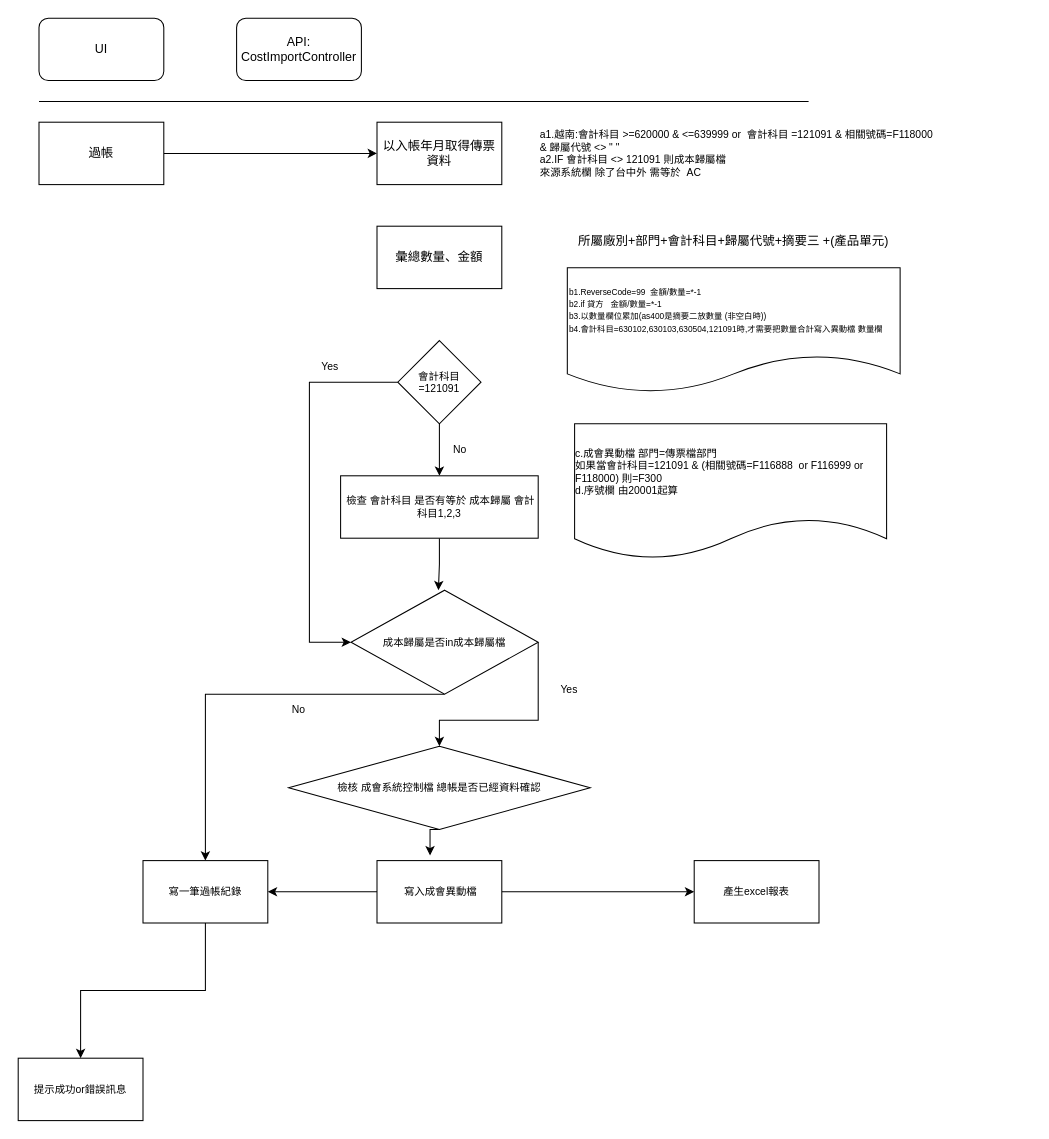
Earlier version of the draw.io diagram 總帳過入成會流程圖.drawio (Ivychenyh/diagrams). Source tidied: cells renumbered, new cells numbered last; positions are measured from the earlier drawing's top-left corner, leaving out a move shared by most shapes. Both pictures are drawn from the tidied source at 104%, with x=0, y=0 at pixel (18, 18).
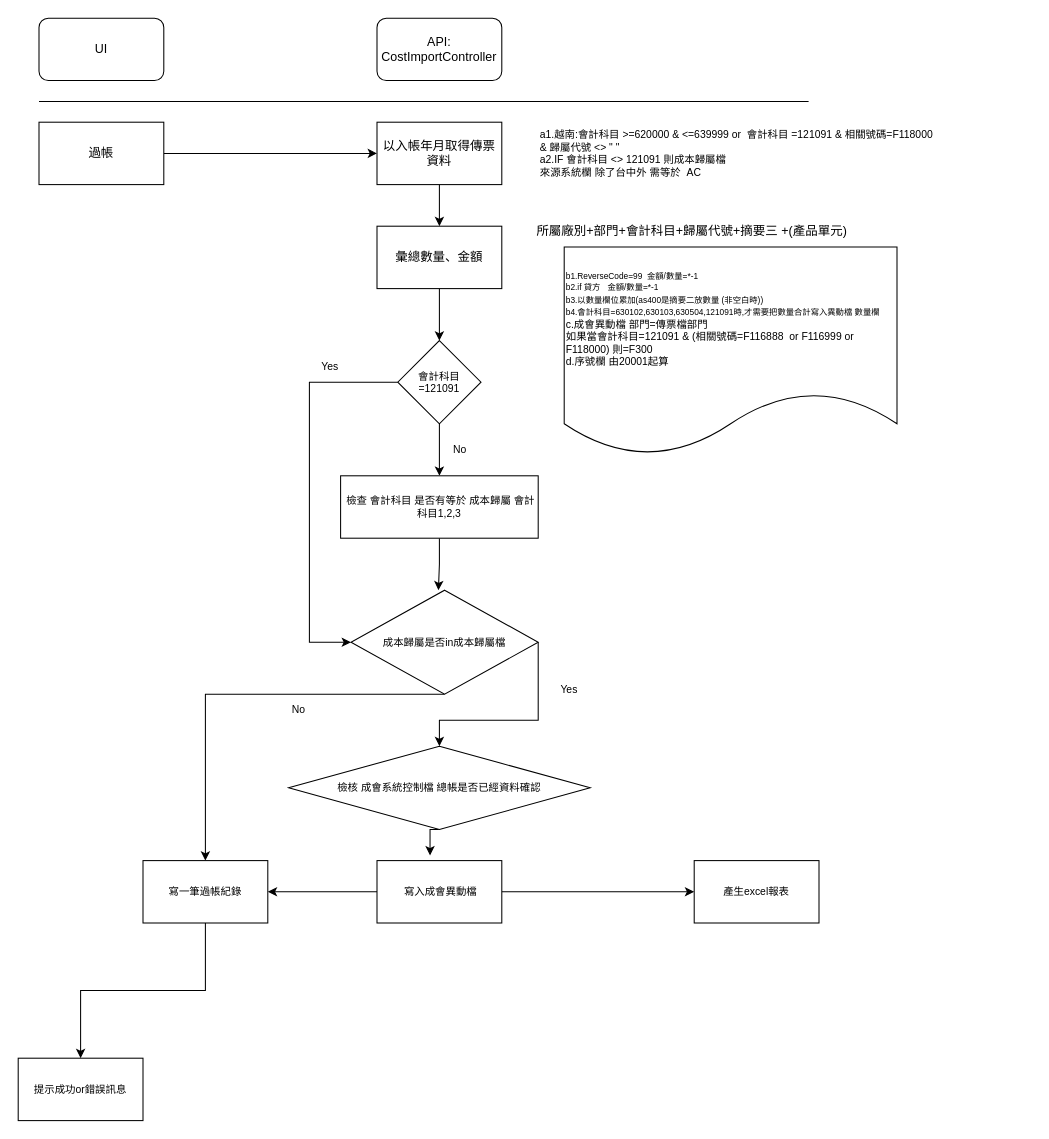
The same page after the edit.

Commit message:
更新總帳過入成會流程圖.drawio

The change refers to these unchanged cells:
```xml
<mxCell id="7" value="以入帳年月取得傳票資料" style="rounded=0;whiteSpace=wrap;html=1;" parent="1" vertex="1">
  <mxGeometry x="345" y="100" width="120" height="60" as="geometry" />
</mxCell>
<mxCell id="9" value="彙總數量、金額" style="rounded=0;whiteSpace=wrap;html=1;" parent="1" vertex="1">
  <mxGeometry x="345" y="200" width="120" height="60" as="geometry" />
</mxCell>
<mxCell id="13" value="&lt;span style=&quot;font-size: 10px;&quot;&gt;會計科目 =121091&lt;/span&gt;" style="rhombus;whiteSpace=wrap;html=1;fontSize=10;" parent="1" vertex="1">
  <mxGeometry x="365" y="310" width="80" height="80" as="geometry" />
</mxCell>
```

What changed in the source:
```diff
@@
     <mxCell id="5" value="API:&lt;br&gt;CostImportController" style="rounded=1;whiteSpace=wrap;html=1;" parent="1" vertex="1">
-      <mxGeometry x="210" width="120" height="60" as="geometry" />
+      <mxGeometry x="345" width="120" height="60" as="geometry" />
     </mxCell>
@@
+    <mxCell id="34" style="edgeStyle=orthogonalEdgeStyle;rounded=0;jettySize=auto;html=1;exitX=0.5;exitY=1;exitDx=0;exitDy=0;entryX=0.5;entryY=0;entryDx=0;entryDy=0;fontSize=10;" parent="1" edge="1" source="7" target="9">
+      <mxGeometry relative="1" as="geometry" />
+    </mxCell>
@@
+    <mxCell id="35" style="edgeStyle=orthogonalEdgeStyle;rounded=0;jettySize=auto;html=1;exitX=0.5;exitY=1;exitDx=0;exitDy=0;entryX=0.5;entryY=0;entryDx=0;entryDy=0;fontSize=10;" parent="1" edge="1" source="9" target="13">
+      <mxGeometry relative="1" as="geometry" />
+    </mxCell>
@@
     <mxCell id="10" value="&lt;span style=&quot;font-family:&amp;quot;Microsoft JhengHei&amp;quot;&quot;&gt;所屬廠別&lt;/span&gt;&lt;span style=&quot;font-family:&lt;br/&gt;Calibri&quot;&gt;+&lt;/span&gt;&lt;span style=&quot;font-family:&amp;quot;Microsoft JhengHei&amp;quot;&quot;&gt;部門&lt;/span&gt;&lt;span style=&quot;font-family:Calibri&quot;&gt;+&lt;/span&gt;&lt;span style=&quot;font-family:&amp;quot;Microsoft JhengHei&amp;quot;&quot;&gt;會計科目&lt;/span&gt;&lt;span style=&quot;font-family:Calibri&quot;&gt;+&lt;/span&gt;&lt;span style=&quot;font-family:&amp;quot;Microsoft JhengHei&amp;quot;&quot;&gt;歸屬代號&lt;/span&gt;&lt;span style=&quot;font-family:Calibri&quot;&gt;+&lt;/span&gt;&lt;span style=&quot;font-family:&amp;quot;Microsoft JhengHei&amp;quot;&quot;&gt;摘要三&lt;/span&gt;&lt;span style=&quot;font-family:Calibri&quot;&gt; +(&lt;/span&gt;&lt;span style=&quot;font-family:&amp;quot;Microsoft JhengHei&amp;quot;&quot;&gt;產品單元&lt;/span&gt;&lt;span style=&quot;font-family:Calibri&quot;&gt;)&lt;/span&gt;" style="text;html=1;strokeColor=none;fillColor=none;align=center;verticalAlign=middle;whiteSpace=wrap;rounded=0;" parent="1" vertex="1">
-      <mxGeometry x="495" y="200" width="386" height="30" as="geometry" />
+      <mxGeometry x="455" y="190" width="386" height="30" as="geometry" />
     </mxCell>
@@
-    <mxCell id="29" value="&lt;p style=&quot;font-size: 8px; margin: 0in;&quot;&gt;&lt;span style=&quot;background-color: initial; font-family: Calibri;&quot;&gt;b1.ReverseCode=99&amp;nbsp;&amp;nbsp;&lt;/span&gt;&lt;span style=&quot;background-color: initial; font-family: &amp;quot;Microsoft JhengHei&amp;quot;;&quot;&gt;金額&lt;/span&gt;&lt;span style=&quot;background-color: initial; font-family: Calibri;&quot;&gt;/&lt;/span&gt;&lt;span style=&quot;background-color: initial; font-family: &amp;quot;Microsoft JhengHei&amp;quot;;&quot;&gt;數量&lt;/span&gt;&lt;span style=&quot;background-color: initial; font-family: Calibri;&quot;&gt;=*-1&lt;/span&gt;&lt;br&gt;&lt;/p&gt;&lt;span style=&quot;font-size: 8px; background-color: initial; font-family: Calibri;&quot;&gt;b2.if&amp;nbsp;&lt;/span&gt;&lt;span style=&quot;font-size: 8px; background-color: initial; font-family: &amp;quot;Microsoft JhengHei&amp;quot;;&quot;&gt;貸方&lt;/span&gt;&lt;span style=&quot;font-size: 8px; background-color: initial; font-family: Calibri;&quot;&gt;&amp;nbsp;&amp;nbsp;&amp;nbsp;&lt;/span&gt;&lt;span style=&quot;font-size: 8px; background-color: initial; font-family: &amp;quot;Microsoft JhengHei&amp;quot;;&quot;&gt;金額&lt;/span&gt;&lt;span style=&quot;font-size: 8px; background-color: initial; font-family: Calibri;&quot;&gt;/&lt;/span&gt;&lt;span style=&quot;font-size: 8px; background-color: initial; font-family: &amp;quot;Microsoft JhengHei&amp;quot;;&quot;&gt;數量&lt;/span&gt;&lt;span style=&quot;font-size: 8px; background-color: initial; font-family: Calibri;&quot;&gt;=*-1&lt;/span&gt;&lt;br style=&quot;font-size: 12px;&quot;&gt;&lt;span style=&quot;font-size: 8px; background-color: initial; font-family: Calibri;&quot;&gt;b3.&lt;/span&gt;&lt;span style=&quot;font-size: 8px; background-color: initial; font-family: &amp;quot;Microsoft JhengHei&amp;quot;;&quot;&gt;以數量欄位累加&lt;/span&gt;&lt;span style=&quot;font-size: 8px; background-color: initial; font-family: Calibri;&quot;&gt;(as400&lt;/span&gt;&lt;span style=&quot;font-size: 8px; background-color: initial; font-family: &amp;quot;Microsoft JhengHei&amp;quot;;&quot;&gt;是摘要二放數量&lt;/span&gt;&lt;span style=&quot;font-size: 8px; background-color: initial; font-family: Calibri;&quot;&gt;&amp;nbsp;(&lt;/span&gt;&lt;span style=&quot;font-size: 8px; background-color: initial; font-family: &amp;quot;Microsoft JhengHei&amp;quot;;&quot;&gt;非空白時&lt;/span&gt;&lt;span style=&quot;font-size: 8px; background-color: initial; font-family: Calibri;&quot;&gt;))&lt;/span&gt;&lt;br style=&quot;font-size: 12px;&quot;&gt;&lt;span style=&quot;font-size: 8px; background-color: initial; font-family: Calibri;&quot;&gt;b4.&lt;/span&gt;&lt;span style=&quot;font-size: 8px; background-color: initial; font-family: &amp;quot;Microsoft JhengHei&amp;quot;;&quot;&gt;會計科目&lt;/span&gt;&lt;span style=&quot;font-size: 8px; background-color: initial; font-family: Calibri;&quot;&gt;=630102,630103,630504,121091&lt;/span&gt;&lt;span style=&quot;font-size: 8px; background-color: initial; font-family: &amp;quot;Microsoft JhengHei&amp;quot;;&quot;&gt;時&lt;/span&gt;&lt;span style=&quot;font-size: 8px; background-color: initial; font-family: Calibri;&quot;&gt;,&lt;/span&gt;&lt;span style=&quot;font-size: 8px; background-color: initial; font-family: &amp;quot;Microsoft JhengHei&amp;quot;;&quot;&gt;才需要把數量合計寫入&lt;/span&gt;&lt;span style=&quot;font-size: 8px; background-color: initial; font-family: &amp;quot;Microsoft JhengHei&amp;quot;;&quot;&gt;異動檔 數量欄&lt;/span&gt;" style="shape=document;whiteSpace=wrap;html=1;boundedLbl=1;fontSize=10;align=left;" parent="1" vertex="1">
-      <mxGeometry x="528" y="240" width="320" height="120" as="geometry" />
+    <mxCell id="29" value="&lt;p style=&quot;font-size: 8px; margin: 0in;&quot;&gt;&lt;span style=&quot;background-color: initial; font-family: Calibri;&quot;&gt;b1.ReverseCode=99&amp;nbsp;&amp;nbsp;&lt;/span&gt;&lt;span style=&quot;background-color: initial; font-family: &amp;quot;Microsoft JhengHei&amp;quot;;&quot;&gt;金額&lt;/span&gt;&lt;span style=&quot;background-color: initial; font-family: Calibri;&quot;&gt;/&lt;/span&gt;&lt;span style=&quot;background-color: initial; font-family: &amp;quot;Microsoft JhengHei&amp;quot;;&quot;&gt;數量&lt;/span&gt;&lt;span style=&quot;background-color: initial; font-family: Calibri;&quot;&gt;=*-1&lt;/span&gt;&lt;br&gt;&lt;/p&gt;&lt;span style=&quot;font-size: 8px; background-color: initial; font-family: Calibri;&quot;&gt;b2.if&amp;nbsp;&lt;/span&gt;&lt;span style=&quot;font-size: 8px; background-color: initial; font-family: &amp;quot;Microsoft JhengHei&amp;quot;;&quot;&gt;貸方&lt;/span&gt;&lt;span style=&quot;font-size: 8px; background-color: initial; font-family: Calibri;&quot;&gt;&amp;nbsp;&amp;nbsp;&amp;nbsp;&lt;/span&gt;&lt;span style=&quot;font-size: 8px; background-color: initial; font-family: &amp;quot;Microsoft JhengHei&amp;quot;;&quot;&gt;金額&lt;/span&gt;&lt;span style=&quot;font-size: 8px; background-color: initial; font-family: Calibri;&quot;&gt;/&lt;/span&gt;&lt;span style=&quot;font-size: 8px; background-color: initial; font-family: &amp;quot;Microsoft JhengHei&amp;quot;;&quot;&gt;數量&lt;/span&gt;&lt;span style=&quot;font-size: 8px; background-color: initial; font-family: Calibri;&quot;&gt;=*-1&lt;/span&gt;&lt;br style=&quot;font-size: 12px;&quot;&gt;&lt;span style=&quot;font-size: 8px; background-color: initial; font-family: Calibri;&quot;&gt;b3.&lt;/span&gt;&lt;span style=&quot;font-size: 8px; background-color: initial; font-family: &amp;quot;Microsoft JhengHei&amp;quot;;&quot;&gt;以數量欄位累加&lt;/span&gt;&lt;span style=&quot;font-size: 8px; background-color: initial; font-family: Calibri;&quot;&gt;(as400&lt;/span&gt;&lt;span style=&quot;font-size: 8px; background-color: initial; font-family: &amp;quot;Microsoft JhengHei&amp;quot;;&quot;&gt;是摘要二放數量&lt;/span&gt;&lt;span style=&quot;font-size: 8px; background-color: initial; font-family: Calibri;&quot;&gt;&amp;nbsp;(&lt;/span&gt;&lt;span style=&quot;font-size: 8px; background-color: initial; font-family: &amp;quot;Microsoft JhengHei&amp;quot;;&quot;&gt;非空白時&lt;/span&gt;&lt;span style=&quot;font-size: 8px; background-color: initial; font-family: Calibri;&quot;&gt;))&lt;/span&gt;&lt;br style=&quot;font-size: 12px;&quot;&gt;&lt;span style=&quot;font-size: 8px; background-color: initial; font-family: Calibri;&quot;&gt;b4.&lt;/span&gt;&lt;span style=&quot;font-size: 8px; background-color: initial; font-family: &amp;quot;Microsoft JhengHei&amp;quot;;&quot;&gt;會計科目&lt;/span&gt;&lt;span style=&quot;font-size: 8px; background-color: initial; font-family: Calibri;&quot;&gt;=630102,630103,630504,121091&lt;/span&gt;&lt;span style=&quot;font-size: 8px; background-color: initial; font-family: &amp;quot;Microsoft JhengHei&amp;quot;;&quot;&gt;時&lt;/span&gt;&lt;span style=&quot;font-size: 8px; background-color: initial; font-family: Calibri;&quot;&gt;,&lt;/span&gt;&lt;span style=&quot;font-size: 8px; background-color: initial; font-family: &amp;quot;Microsoft JhengHei&amp;quot;;&quot;&gt;才需要把數量合計寫入&lt;/span&gt;&lt;span style=&quot;font-size: 8px; background-color: initial; font-family: &amp;quot;Microsoft JhengHei&amp;quot;;&quot;&gt;異動檔 數量欄&lt;br&gt;&lt;/span&gt;&lt;p style=&quot;margin: 0in;&quot;&gt;&lt;span style=&quot;font-family: Calibri;&quot;&gt;c.&lt;/span&gt;&lt;span style=&quot;font-family: &amp;quot;Microsoft JhengHei&amp;quot;;&quot;&gt;成會異動檔 部門&lt;/span&gt;=&lt;span style=&quot;font-family: &amp;quot;Microsoft JhengHei&amp;quot;;&quot;&gt;傳票檔部門&lt;/span&gt;&lt;span style=&quot;font-family: Calibri;&quot;&gt;&amp;nbsp;&lt;/span&gt;&lt;/p&gt;&lt;p style=&quot;margin: 0in;&quot;&gt;&lt;span style=&quot;font-family: Calibri;&quot;&gt;&lt;/span&gt;&lt;span style=&quot;font-family: &amp;quot;Microsoft JhengHei&amp;quot;;&quot;&gt;如果當會計科目&lt;/span&gt;=121091 &amp;amp; (&lt;span style=&quot;font-family: &amp;quot;Microsoft JhengHei&amp;quot;;&quot;&gt;相關號碼&lt;/span&gt;&lt;span style=&quot;font-family: Calibri;&quot;&gt;=F116888&amp;nbsp; or F116999 or&amp;nbsp;&amp;nbsp; F118000)&amp;nbsp;&lt;/span&gt;&lt;span style=&quot;font-family: &amp;quot;Microsoft JhengHei&amp;quot;;&quot;&gt;則&lt;/span&gt;&lt;span style=&quot;font-family: Calibri;&quot;&gt;=F300&lt;br&gt;&lt;/span&gt;&lt;/p&gt;&lt;p style=&quot;margin: 0in;&quot;&gt;&lt;span style=&quot;font-family: Calibri;&quot;&gt;d.&lt;/span&gt;序號欄 由&lt;span style=&quot;font-family: Calibri;&quot;&gt;20001&lt;/span&gt;&lt;span style=&quot;font-family: &amp;quot;Microsoft JhengHei&amp;quot;;&quot;&gt;起算&lt;/span&gt;&lt;/p&gt;" style="shape=document;whiteSpace=wrap;html=1;boundedLbl=1;fontSize=10;align=left;" parent="1" vertex="1">
+      <mxGeometry x="525" y="220" width="320" height="200" as="geometry" />
     </mxCell>
-    <mxCell id="30" value="&lt;p style=&quot;text-align: left; margin: 0in;&quot;&gt;&lt;span style=&quot;font-family: Calibri;&quot;&gt;c.&lt;/span&gt;&lt;span style=&quot;font-family: &amp;quot;Microsoft JhengHei&amp;quot;;&quot;&gt;成會異動檔 部門&lt;/span&gt;=&lt;span style=&quot;font-family: &amp;quot;Microsoft JhengHei&amp;quot;;&quot;&gt;傳票檔部門&lt;/span&gt;&lt;span style=&quot;font-family: Calibri;&quot;&gt;&amp;nbsp;&lt;/span&gt;&lt;/p&gt;&lt;p style=&quot;text-align: left; margin: 0in;&quot;&gt;&lt;span style=&quot;font-family: Calibri;&quot;&gt;&lt;/span&gt;&lt;span style=&quot;font-family: &amp;quot;Microsoft JhengHei&amp;quot;;&quot;&gt;如果當會計科目&lt;/span&gt;=121091 &amp;amp; (&lt;span style=&quot;font-family: &amp;quot;Microsoft JhengHei&amp;quot;;&quot;&gt;相關號碼&lt;/span&gt;&lt;span style=&quot;font-family: Calibri;&quot;&gt;=F116888&amp;nbsp; or F116999 or&amp;nbsp;&amp;nbsp; F118000)&amp;nbsp;&lt;/span&gt;&lt;span style=&quot;font-family: &amp;quot;Microsoft JhengHei&amp;quot;;&quot;&gt;則&lt;/span&gt;&lt;span style=&quot;font-family: Calibri;&quot;&gt;=F300&lt;br&gt;&lt;/span&gt;&lt;/p&gt;&lt;p style=&quot;text-align: left; margin: 0in;&quot;&gt;&lt;span style=&quot;font-family: Calibri;&quot;&gt;d.&lt;/span&gt;序號欄 由&lt;span style=&quot;font-family: Calibri;&quot;&gt;20001&lt;/span&gt;&lt;span style=&quot;font-family: &amp;quot;Microsoft JhengHei&amp;quot;;&quot;&gt;起算&lt;/span&gt;&lt;/p&gt;" style="shape=document;whiteSpace=wrap;html=1;boundedLbl=1;fontSize=10;" parent="1" vertex="1">
-      <mxGeometry x="535" y="390" width="300" height="130" as="geometry" />
-    </mxCell>
```
